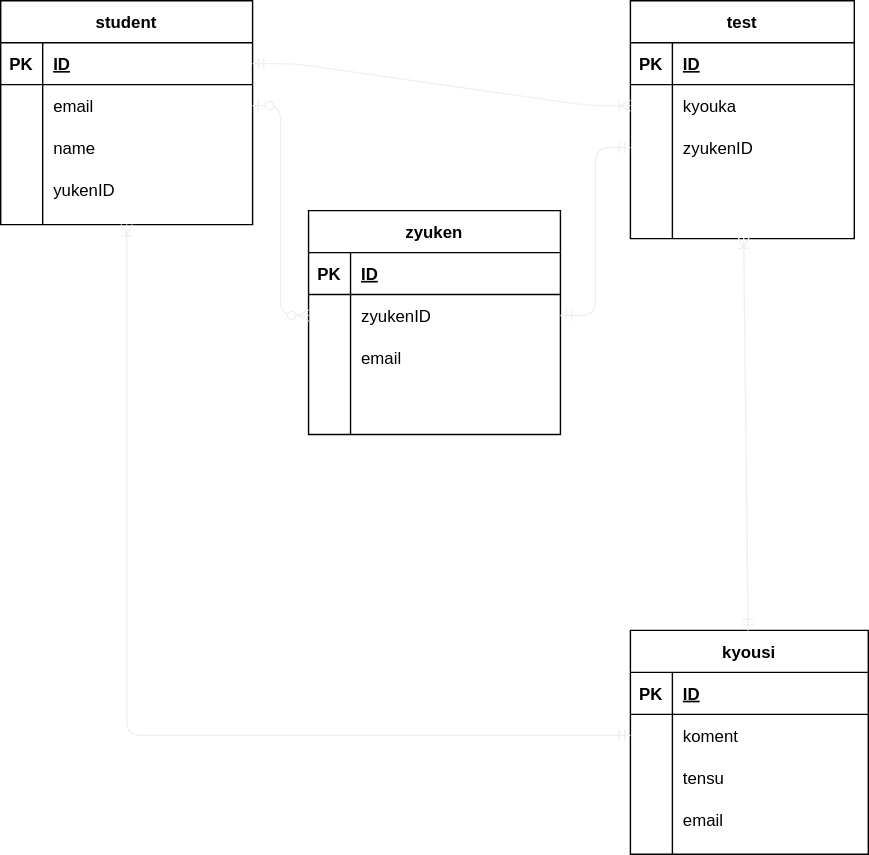
sudou957/laravelpj keeps this draw.io diagram as 20210526 須藤.drawio.svg. Above is the earlier version. Source tidied: cells renumbered, new cells last; positions are measured from the earlier drawing's top-left corner, leaving out a move shared by most shapes.
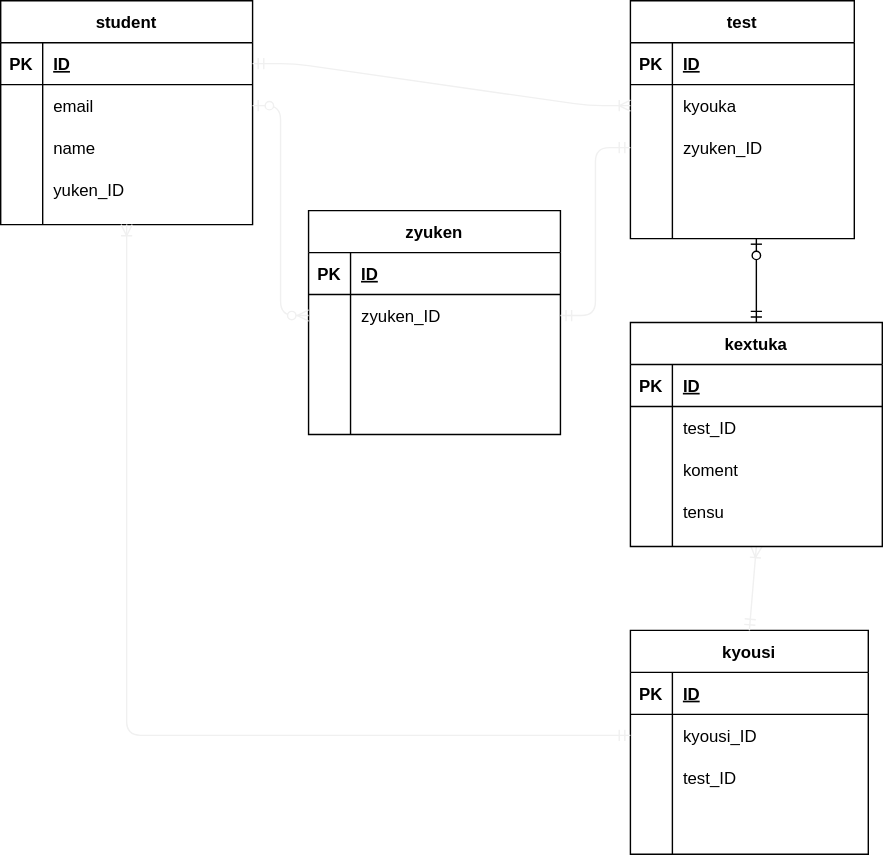
After the commit.

Change to the diagram source:
```diff
@@ -20,7 +20,7 @@
     <mxCell id="7" style="shape=partialRectangle;fillColor=none;top=0;left=0;bottom=0;right=0;overflow=hidden;" parent="6" vertex="1">
       <mxGeometry width="30" height="30" as="geometry" />
     </mxCell>
-    <mxCell id="8" value="koment" style="shape=partialRectangle;fillColor=none;top=0;left=0;bottom=0;right=0;align=left;spacingLeft=6;overflow=hidden;" parent="6" vertex="1">
+    <mxCell id="8" value="kyousi_ID" style="shape=partialRectangle;fillColor=none;top=0;left=0;bottom=0;right=0;align=left;spacingLeft=6;overflow=hidden;" parent="6" vertex="1">
       <mxGeometry x="30" width="140" height="30" as="geometry" />
     </mxCell>
     <mxCell id="9" style="shape=partialRectangle;fillColor=none;top=0;left=0;bottom=0;right=0;" parent="2" vertex="1">
@@ -29,7 +29,7 @@
     <mxCell id="10" style="shape=partialRectangle;fillColor=none;top=0;left=0;bottom=0;right=0;overflow=hidden;" parent="9" vertex="1">
       <mxGeometry width="30" height="30" as="geometry" />
     </mxCell>
-    <mxCell id="11" value="tensu" style="shape=partialRectangle;fillColor=none;top=0;left=0;bottom=0;right=0;align=left;spacingLeft=6;overflow=hidden;" parent="9" vertex="1">
+    <mxCell id="11" value="test_ID" style="shape=partialRectangle;fillColor=none;top=0;left=0;bottom=0;right=0;align=left;spacingLeft=6;overflow=hidden;" parent="9" vertex="1">
       <mxGeometry x="30" width="140" height="30" as="geometry" />
     </mxCell>
     <mxCell id="12" style="shape=partialRectangle;fillColor=none;top=0;left=0;bottom=0;right=0;" parent="2" vertex="1">
@@ -38,7 +38,7 @@
     <mxCell id="13" style="shape=partialRectangle;fillColor=none;top=0;left=0;bottom=0;right=0;overflow=hidden;" parent="12" vertex="1">
       <mxGeometry width="30" height="30" as="geometry" />
     </mxCell>
-    <mxCell id="14" value="email" style="shape=partialRectangle;fillColor=none;top=0;left=0;bottom=0;right=0;align=left;spacingLeft=6;overflow=hidden;" parent="12" vertex="1">
+    <mxCell id="14" style="shape=partialRectangle;fillColor=none;top=0;left=0;bottom=0;right=0;align=left;spacingLeft=6;overflow=hidden;" parent="12" vertex="1">
       <mxGeometry x="30" width="140" height="30" as="geometry" />
     </mxCell>
     <mxCell id="15" value="test" style="shape=table;startSize=30;rowLines=0;fontStyle=1;align=center;" parent="1" vertex="1">
@@ -68,7 +68,7 @@
     <mxCell id="23" style="shape=partialRectangle;fillColor=none;top=0;left=0;bottom=0;right=0;overflow=hidden;" parent="22" vertex="1">
       <mxGeometry width="30" height="30" as="geometry" />
     </mxCell>
-    <mxCell id="24" value="zyukenID" style="shape=partialRectangle;fillColor=none;top=0;left=0;bottom=0;right=0;align=left;spacingLeft=6;overflow=hidden;" parent="22" vertex="1">
+    <mxCell id="24" value="zyuken_ID" style="shape=partialRectangle;fillColor=none;top=0;left=0;bottom=0;right=0;align=left;spacingLeft=6;overflow=hidden;" parent="22" vertex="1">
       <mxGeometry x="30" width="130" height="30" as="geometry" />
     </mxCell>
     <mxCell id="25" style="shape=partialRectangle;fillColor=none;top=0;left=0;bottom=0;right=0;" parent="15" vertex="1">
@@ -125,10 +125,10 @@
     <mxCell id="42" style="shape=partialRectangle;fillColor=none;top=0;left=0;bottom=0;right=0;overflow=hidden;" parent="41" vertex="1">
       <mxGeometry width="30" height="30" as="geometry" />
     </mxCell>
-    <mxCell id="43" value="yukenID" style="shape=partialRectangle;fillColor=none;top=0;left=0;bottom=0;right=0;align=left;spacingLeft=6;overflow=hidden;" parent="41" vertex="1">
+    <mxCell id="43" value="yuken_ID" style="shape=partialRectangle;fillColor=none;top=0;left=0;bottom=0;right=0;align=left;spacingLeft=6;overflow=hidden;" parent="41" vertex="1">
       <mxGeometry x="30" width="150" height="30" as="geometry" />
     </mxCell>
-    <mxCell id="44" style="fontSize=12;html=1;endArrow=ERoneToMany;startArrow=ERmandOne;strokeColor=#f0f0f0;entryX=0.506;entryY=0.95;entryDx=0;entryDy=0;entryPerimeter=0;" parent="1" edge="1" source="2" target="28">
+    <mxCell id="44" style="fontSize=12;html=1;endArrow=ERoneToMany;startArrow=ERmandOne;strokeColor=#f0f0f0;entryX=0.5;entryY=1;entryDx=0;entryDy=0;exitX=0.5;exitY=0;exitDx=0;exitDy=0;" parent="1" edge="1" source="2" target="62">
       <mxGeometry relative="1" as="geometry" />
     </mxCell>
     <mxCell id="45" style="fontSize=12;html=1;endArrow=ERoneToMany;startArrow=ERmandOne;strokeColor=#f0f0f0;exitX=0;exitY=0.5;exitDx=0;exitDy=0;edgeStyle=orthogonalEdgeStyle;entryX=0.5;entryY=1;entryDx=0;entryDy=0;" parent="1" edge="1" source="6" target="31">
@@ -152,7 +152,7 @@
     <mxCell id="51" style="shape=partialRectangle;fillColor=none;top=0;left=0;bottom=0;right=0;overflow=hidden;" parent="50" vertex="1">
       <mxGeometry width="30" height="30" as="geometry" />
     </mxCell>
-    <mxCell id="52" value="zyukenID" style="shape=partialRectangle;fillColor=none;top=0;left=0;bottom=0;right=0;align=left;spacingLeft=6;overflow=hidden;" parent="50" vertex="1">
+    <mxCell id="52" value="zyuken_ID" style="shape=partialRectangle;fillColor=none;top=0;left=0;bottom=0;right=0;align=left;spacingLeft=6;overflow=hidden;" parent="50" vertex="1">
       <mxGeometry x="30" width="150" height="30" as="geometry" />
     </mxCell>
     <mxCell id="53" style="shape=partialRectangle;fillColor=none;top=0;left=0;bottom=0;right=0;" parent="46" vertex="1">
@@ -161,7 +161,7 @@
     <mxCell id="54" style="shape=partialRectangle;fillColor=none;top=0;left=0;bottom=0;right=0;overflow=hidden;" parent="53" vertex="1">
       <mxGeometry width="30" height="30" as="geometry" />
     </mxCell>
-    <mxCell id="55" value="email" style="shape=partialRectangle;fillColor=none;top=0;left=0;bottom=0;right=0;align=left;spacingLeft=6;overflow=hidden;" parent="53" vertex="1">
+    <mxCell id="55" style="shape=partialRectangle;fillColor=none;top=0;left=0;bottom=0;right=0;align=left;spacingLeft=6;overflow=hidden;" parent="53" vertex="1">
       <mxGeometry x="30" width="150" height="30" as="geometry" />
     </mxCell>
     <mxCell id="56" style="shape=partialRectangle;fillColor=none;top=0;left=0;bottom=0;right=0;" parent="46" vertex="1">
@@ -182,5 +182,49 @@
     <mxCell id="61" style="edgeStyle=entityRelationEdgeStyle;fontSize=12;html=1;endArrow=ERoneToMany;startArrow=ERmandOne;strokeColor=#f0f0f0;entryX=0;entryY=0.5;entryDx=0;entryDy=0;exitX=1;exitY=0.5;exitDx=0;exitDy=0;" parent="1" edge="1" source="32" target="19">
       <mxGeometry relative="1" as="geometry" />
     </mxCell>
+    <mxCell id="62" value="kextuka" style="shape=table;startSize=30;rowLines=0;fontStyle=1;align=center;" parent="1" vertex="1">
+      <mxGeometry x="450" y="230" width="180" height="160" as="geometry" />
+    </mxCell>
+    <mxCell id="63" style="shape=partialRectangle;fillColor=none;top=0;left=0;bottom=1;right=0;" parent="62" vertex="1">
+      <mxGeometry y="30" width="180" height="30" as="geometry" />
+    </mxCell>
+    <mxCell id="64" value="PK" style="shape=partialRectangle;fillColor=none;top=0;left=0;bottom=0;right=0;fontStyle=1;overflow=hidden;" parent="63" vertex="1">
+      <mxGeometry width="30" height="30" as="geometry" />
+    </mxCell>
+    <mxCell id="65" value="ID" style="shape=partialRectangle;fillColor=none;top=0;left=0;bottom=0;right=0;align=left;spacingLeft=6;fontStyle=5;overflow=hidden;" parent="63" vertex="1">
+      <mxGeometry x="30" width="150" height="30" as="geometry" />
+    </mxCell>
+    <mxCell id="66" style="shape=partialRectangle;fillColor=none;top=0;left=0;bottom=0;right=0;" parent="62" vertex="1">
+      <mxGeometry y="60" width="180" height="30" as="geometry" />
+    </mxCell>
+    <mxCell id="67" style="shape=partialRectangle;fillColor=none;top=0;left=0;bottom=0;right=0;overflow=hidden;" parent="66" vertex="1">
+      <mxGeometry width="30" height="30" as="geometry" />
+    </mxCell>
+    <mxCell id="68" value="test_ID" style="shape=partialRectangle;fillColor=none;top=0;left=0;bottom=0;right=0;align=left;spacingLeft=6;overflow=hidden;" parent="66" vertex="1">
+      <mxGeometry x="30" width="150" height="30" as="geometry" />
+    </mxCell>
+    <mxCell id="69" style="shape=partialRectangle;fillColor=none;top=0;left=0;bottom=0;right=0;" parent="62" vertex="1">
+      <mxGeometry y="90" width="180" height="30" as="geometry" />
+    </mxCell>
+    <mxCell id="70" style="shape=partialRectangle;fillColor=none;top=0;left=0;bottom=0;right=0;overflow=hidden;" parent="69" vertex="1">
+      <mxGeometry width="30" height="30" as="geometry" />
+    </mxCell>
+    <mxCell id="71" value="koment" style="shape=partialRectangle;fillColor=none;top=0;left=0;bottom=0;right=0;align=left;spacingLeft=6;overflow=hidden;" parent="69" vertex="1">
+      <mxGeometry x="30" width="150" height="30" as="geometry" />
+    </mxCell>
+    <mxCell id="72" style="shape=partialRectangle;fillColor=none;top=0;left=0;bottom=0;right=0;" parent="62" vertex="1">
+      <mxGeometry y="120" width="180" height="30" as="geometry" />
+    </mxCell>
+    <mxCell id="73" style="shape=partialRectangle;fillColor=none;top=0;left=0;bottom=0;right=0;overflow=hidden;" parent="72" vertex="1">
+      <mxGeometry width="30" height="30" as="geometry" />
+    </mxCell>
+    <mxCell id="74" value="tensu" style="shape=partialRectangle;fillColor=none;top=0;left=0;bottom=0;right=0;align=left;spacingLeft=6;overflow=hidden;" parent="72" vertex="1">
+      <mxGeometry x="30" width="150" height="30" as="geometry" />
+    </mxCell>
+    <mxCell id="75" style="fontSize=12;html=1;endArrow=ERzeroToOne;startArrow=ERmandOne;exitX=0.5;exitY=0;exitDx=0;exitDy=0;" parent="1" edge="1" source="62">
+      <mxGeometry relative="1" as="geometry">
+        <mxPoint x="540" y="170" as="targetPoint" />
+      </mxGeometry>
+    </mxCell>
   </root>
 </mxGraphModel>
```
